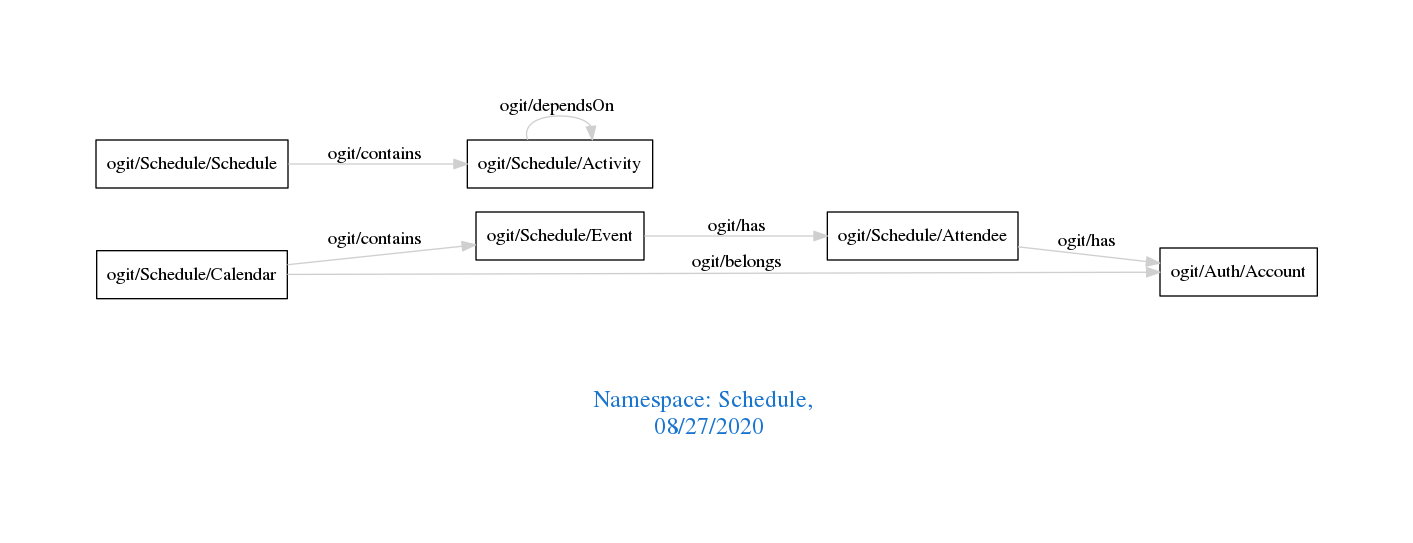
Before: downloads/Schedule.png, a diagram exported from Graphviz (arago/OGIT). Its source is kept beside it as downloads/Schedule.dot.
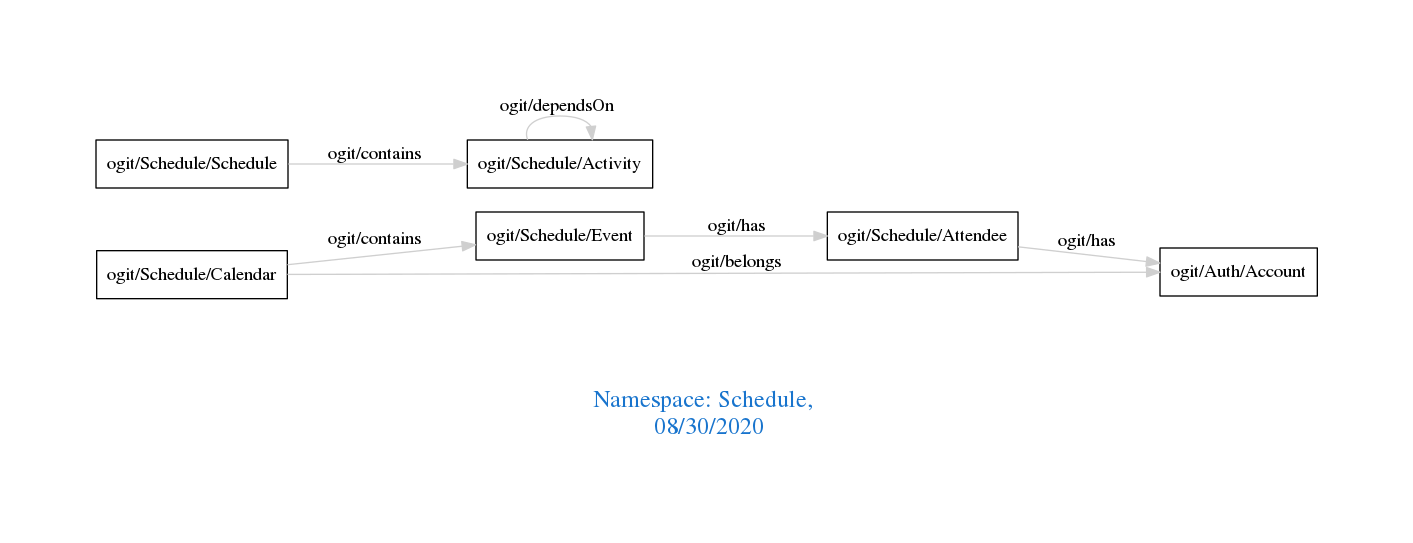
Later version of the same file.

What changed in the source:
```diff
@@ -1,7 +1,7 @@
 digraph OGIT_ontology {
  graph [ rankdir= LR,pad=1
 fontsize = 18,
-fontcolor= dodgerblue3,label = "\n\n\nNamespace: Schedule, \n 08/27/2020"];
+fontcolor= dodgerblue3,label = "\n\n\nNamespace: Schedule, \n 08/30/2020"];
 node[shape=polygon];
 edge [  color="gray81"];
 
```
